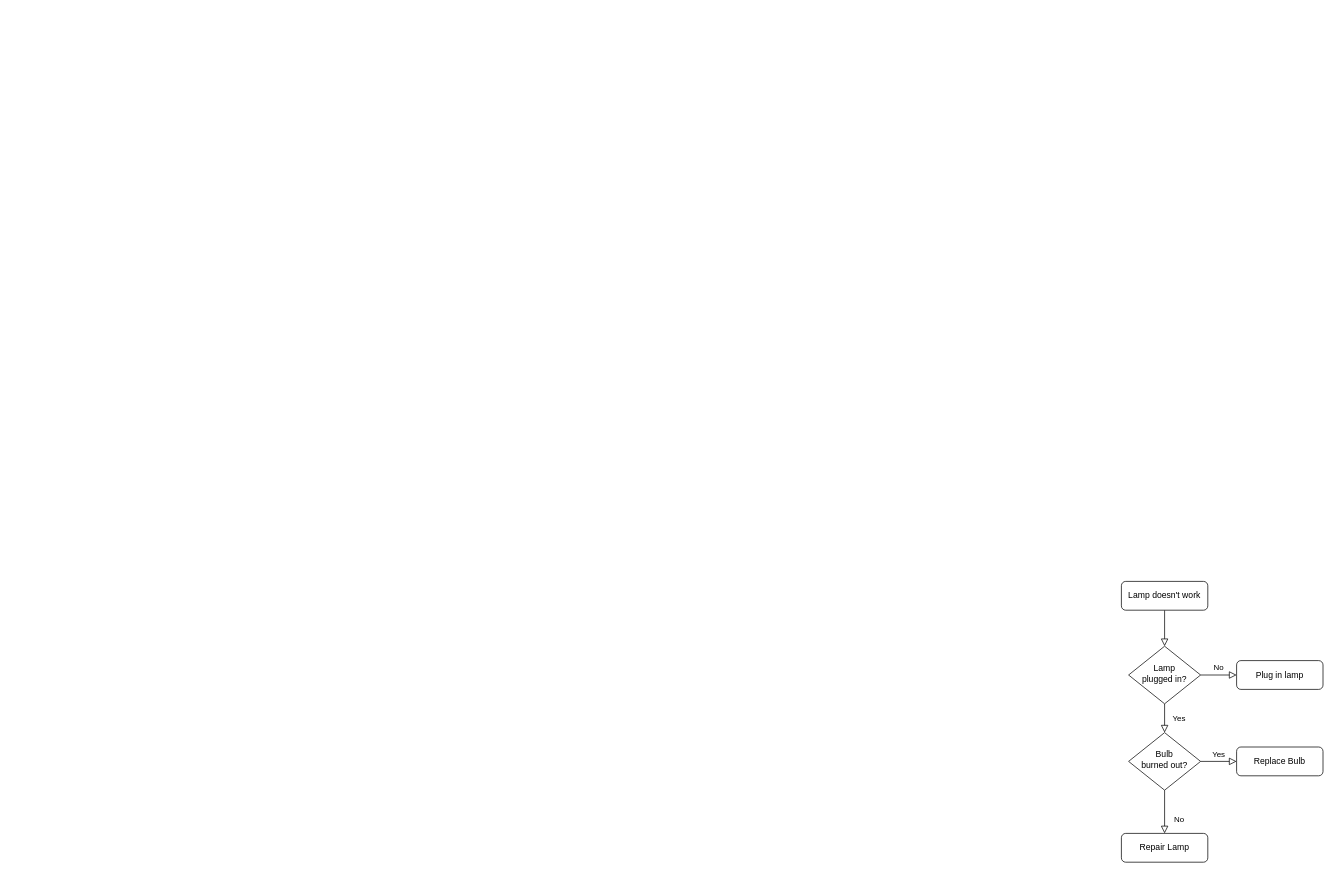
Earlier version of the draw.io diagram activity_flow_chart.drawio (AlexKom9/draw-io). Source tidied: cells renumbered, new cells numbered last; positions are measured from the earlier drawing's top-left corner, leaving out a move shared by most shapes. Both pictures are drawn from the tidied source at 72%, with x=0, y=0 at pixel (1121, 581).
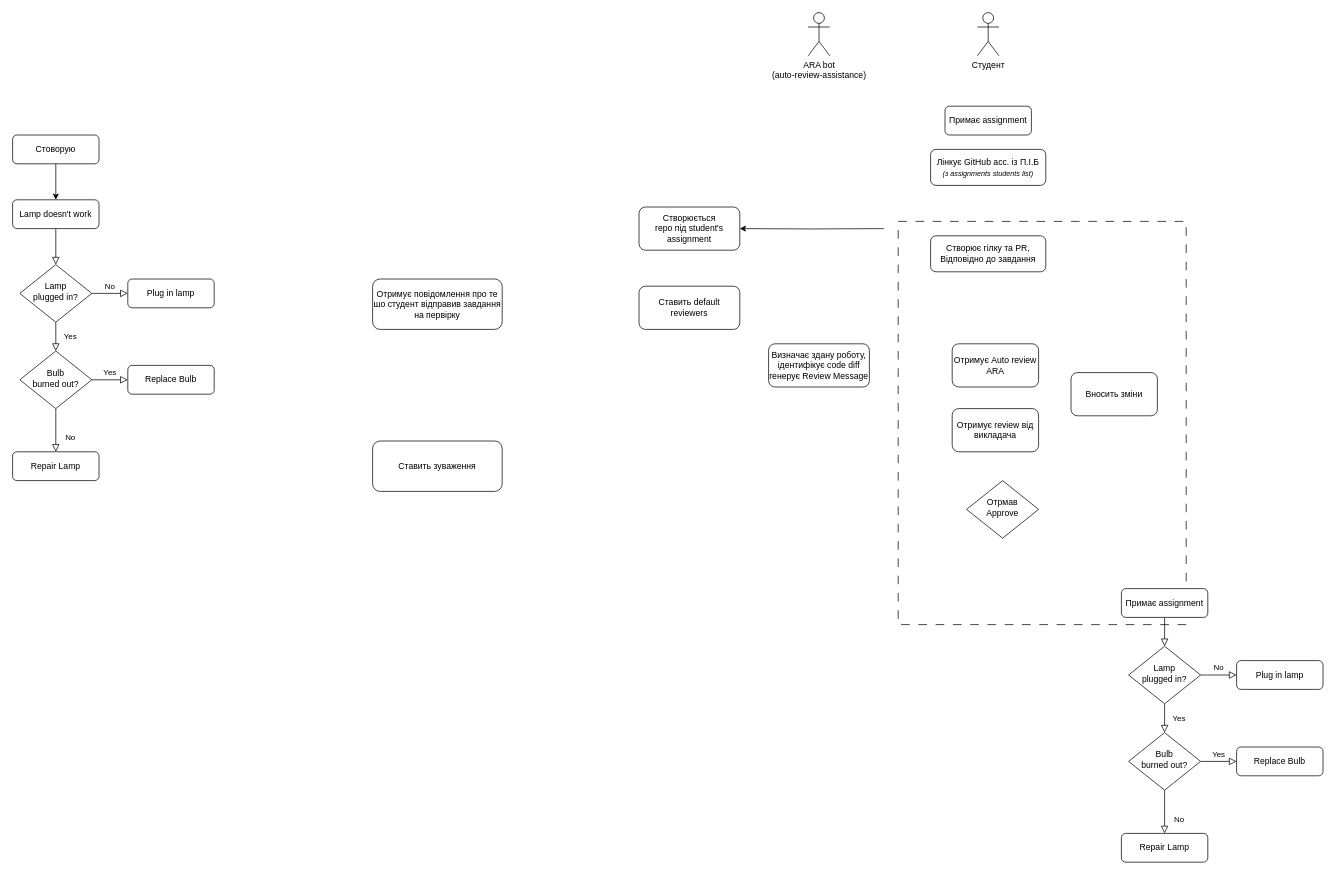
The same page after the edit.

Diff of the diagram source:
```diff
@@
+    <mxCell id="13" style="rounded=0;whiteSpace=wrap;html=1;dashed=1;dashPattern=12 12;" parent="1" vertex="1">
+      <mxGeometry x="-310" y="-500" width="400" height="560" as="geometry" />
+    </mxCell>
@@
-    <mxCell id="3" value="Lamp doesn't work" style="rounded=1;whiteSpace=wrap;html=1;fontSize=12;glass=0;strokeWidth=1;shadow=0;" parent="1" vertex="1">
-      <mxGeometry width="120" height="40" as="geometry" />
+    <mxCell id="3" value="Примає assignment" style="rounded=1;whiteSpace=wrap;html=1;fontSize=12;glass=0;strokeWidth=1;shadow=0;" parent="1" vertex="1">
+      <mxGeometry y="10" width="120" height="40" as="geometry" />
     </mxCell>
@@
+    <mxCell id="14" style="rounded=0;html=1;jettySize=auto;fontSize=11;endArrow=block;endFill=0;endSize=8;strokeWidth=1;shadow=0;labelBackgroundColor=none;edgeStyle=orthogonalEdgeStyle;" parent="1" edge="1" source="15" target="18">
+      <mxGeometry relative="1" as="geometry" />
+    </mxCell>
+    <mxCell id="15" value="Lamp doesn't work" style="rounded=1;whiteSpace=wrap;html=1;fontSize=12;glass=0;strokeWidth=1;shadow=0;" parent="1" vertex="1">
+      <mxGeometry x="-1540" y="-530" width="120" height="40" as="geometry" />
+    </mxCell>
+    <mxCell id="16" value="Yes" style="rounded=0;html=1;jettySize=auto;fontSize=11;endArrow=block;endFill=0;endSize=8;strokeWidth=1;shadow=0;labelBackgroundColor=none;edgeStyle=orthogonalEdgeStyle;" parent="1" edge="1" source="18" target="22">
+      <mxGeometry y="20" relative="1" as="geometry" />
+    </mxCell>
+    <mxCell id="17" value="No" style="edgeStyle=orthogonalEdgeStyle;rounded=0;html=1;jettySize=auto;fontSize=11;endArrow=block;endFill=0;endSize=8;strokeWidth=1;shadow=0;labelBackgroundColor=none;" parent="1" edge="1" source="18" target="19">
+      <mxGeometry y="10" relative="1" as="geometry" />
+    </mxCell>
+    <mxCell id="18" value="Lamp&lt;br&gt;plugged in?" style="rhombus;whiteSpace=wrap;html=1;shadow=0;fontFamily=Helvetica;fontSize=12;align=center;strokeWidth=1;spacing=6;spacingTop=-4;" parent="1" vertex="1">
+      <mxGeometry x="-1530" y="-440" width="100" height="80" as="geometry" />
+    </mxCell>
+    <mxCell id="19" value="Plug in lamp" style="rounded=1;whiteSpace=wrap;html=1;fontSize=12;glass=0;strokeWidth=1;shadow=0;" parent="1" vertex="1">
+      <mxGeometry x="-1380" y="-420" width="120" height="40" as="geometry" />
+    </mxCell>
+    <mxCell id="20" value="No" style="rounded=0;html=1;jettySize=auto;fontSize=11;endArrow=block;endFill=0;endSize=8;strokeWidth=1;shadow=0;labelBackgroundColor=none;edgeStyle=orthogonalEdgeStyle;" parent="1" edge="1" source="22" target="23">
+      <mxGeometry x="0.33" y="20" relative="1" as="geometry" />
+    </mxCell>
+    <mxCell id="21" value="Yes" style="edgeStyle=orthogonalEdgeStyle;rounded=0;html=1;jettySize=auto;fontSize=11;endArrow=block;endFill=0;endSize=8;strokeWidth=1;shadow=0;labelBackgroundColor=none;" parent="1" edge="1" source="22" target="24">
+      <mxGeometry y="10" relative="1" as="geometry" />
+    </mxCell>
+    <mxCell id="22" value="Bulb&lt;br&gt;burned out?" style="rhombus;whiteSpace=wrap;html=1;shadow=0;fontFamily=Helvetica;fontSize=12;align=center;strokeWidth=1;spacing=6;spacingTop=-4;" parent="1" vertex="1">
+      <mxGeometry x="-1530" y="-320" width="100" height="80" as="geometry" />
+    </mxCell>
+    <mxCell id="23" value="Repair Lamp" style="rounded=1;whiteSpace=wrap;html=1;fontSize=12;glass=0;strokeWidth=1;shadow=0;" parent="1" vertex="1">
+      <mxGeometry x="-1540" y="-180" width="120" height="40" as="geometry" />
+    </mxCell>
+    <mxCell id="24" value="Replace Bulb" style="rounded=1;whiteSpace=wrap;html=1;fontSize=12;glass=0;strokeWidth=1;shadow=0;" parent="1" vertex="1">
+      <mxGeometry x="-1380" y="-300" width="120" height="40" as="geometry" />
+    </mxCell>
+    <mxCell id="25" style="edgeStyle=orthogonalEdgeStyle;rounded=0;jettySize=auto;html=1;" parent="1" edge="1" source="26" target="15">
+      <mxGeometry relative="1" as="geometry" />
+    </mxCell>
+    <mxCell id="26" value="Стоворую" style="rounded=1;whiteSpace=wrap;html=1;fontSize=12;glass=0;strokeWidth=1;shadow=0;" parent="1" vertex="1">
+      <mxGeometry x="-1540" y="-620" width="120" height="40" as="geometry" />
+    </mxCell>
+    <mxCell id="27" value="Студент" style="shape=umlActor;verticalLabelPosition=bottom;verticalAlign=top;html=1;" parent="1" vertex="1">
+      <mxGeometry x="-200" y="-790" width="30" height="60" as="geometry" />
+    </mxCell>
+    <mxCell id="28" value="Примає assignment" style="rounded=1;whiteSpace=wrap;html=1;fontSize=12;glass=0;strokeWidth=1;shadow=0;" parent="1" vertex="1">
+      <mxGeometry x="-245" y="-660" width="120" height="40" as="geometry" />
+    </mxCell>
+    <mxCell id="29" value="Лінкує GitHub acc. із П.І.Б &lt;br&gt;&lt;font style=&quot;font-size: 10px;&quot;&gt;&lt;i&gt;(з assignments students list)&lt;/i&gt;&lt;/font&gt;" style="rounded=1;whiteSpace=wrap;html=1;fontSize=12;glass=0;strokeWidth=1;shadow=0;" parent="1" vertex="1">
+      <mxGeometry x="-265" y="-600" width="160" height="50" as="geometry" />
+    </mxCell>
+    <mxCell id="30" value="Створює гілку та PR, Відповідно до завдання" style="rounded=1;whiteSpace=wrap;html=1;fontSize=12;glass=0;strokeWidth=1;shadow=0;" parent="1" vertex="1">
+      <mxGeometry x="-265" y="-480" width="160" height="50" as="geometry" />
+    </mxCell>
+    <mxCell id="31" value="ARA bot&lt;br&gt;(auto-review-assistance)" style="shape=umlActor;verticalLabelPosition=bottom;verticalAlign=top;html=1;" parent="1" vertex="1">
+      <mxGeometry x="-435" y="-790" width="30" height="60" as="geometry" />
+    </mxCell>
+    <mxCell id="32" value="Визначає здану роботу, ідентифікує code diff&lt;br&gt;генерує Review Message" style="rounded=1;whiteSpace=wrap;html=1;" parent="1" vertex="1">
+      <mxGeometry x="-490" y="-330" width="140" height="60" as="geometry" />
+    </mxCell>
+    <mxCell id="33" value="Ставить default reviewers" style="rounded=1;whiteSpace=wrap;html=1;" parent="1" vertex="1">
+      <mxGeometry x="-670" y="-410" width="140" height="60" as="geometry" />
+    </mxCell>
+    <mxCell id="34" style="edgeStyle=orthogonalEdgeStyle;rounded=0;jettySize=auto;html=1;" parent="1" edge="1" target="35">
+      <mxGeometry relative="1" as="geometry">
+        <mxPoint x="-330" y="-490" as="sourcePoint" />
+      </mxGeometry>
+    </mxCell>
+    <mxCell id="35" value="Створюється&lt;br&gt;repo під student's assignment" style="rounded=1;whiteSpace=wrap;html=1;" parent="1" vertex="1">
+      <mxGeometry x="-670" y="-520" width="140" height="60" as="geometry" />
+    </mxCell>
+    <mxCell id="36" value="Отримує Auto review ARA" style="rounded=1;whiteSpace=wrap;html=1;" parent="1" vertex="1">
+      <mxGeometry x="-235" y="-330" width="120" height="60" as="geometry" />
+    </mxCell>
+    <mxCell id="37" value="Отримує повідомлення про те шо студент відправив завдання на первірку" style="rounded=1;whiteSpace=wrap;html=1;" parent="1" vertex="1">
+      <mxGeometry x="-1040" y="-420" width="180" height="70" as="geometry" />
+    </mxCell>
+    <mxCell id="38" value="Ставить зуваження" style="rounded=1;whiteSpace=wrap;html=1;" parent="1" vertex="1">
+      <mxGeometry x="-1040" y="-195" width="180" height="70" as="geometry" />
+    </mxCell>
+    <mxCell id="39" value="Отрмав Approve" style="rhombus;whiteSpace=wrap;html=1;shadow=0;fontFamily=Helvetica;fontSize=12;align=center;strokeWidth=1;spacing=6;spacingTop=-4;" parent="1" vertex="1">
+      <mxGeometry x="-215" y="-140" width="100" height="80" as="geometry" />
+    </mxCell>
+    <mxCell id="40" value="Отримує review від викладача" style="rounded=1;whiteSpace=wrap;html=1;" parent="1" vertex="1">
+      <mxGeometry x="-235" y="-240" width="120" height="60" as="geometry" />
+    </mxCell>
+    <mxCell id="41" value="Вносить зміни" style="rounded=1;whiteSpace=wrap;html=1;" parent="1" vertex="1">
+      <mxGeometry x="-70" y="-290" width="120" height="60" as="geometry" />
+    </mxCell>
```
